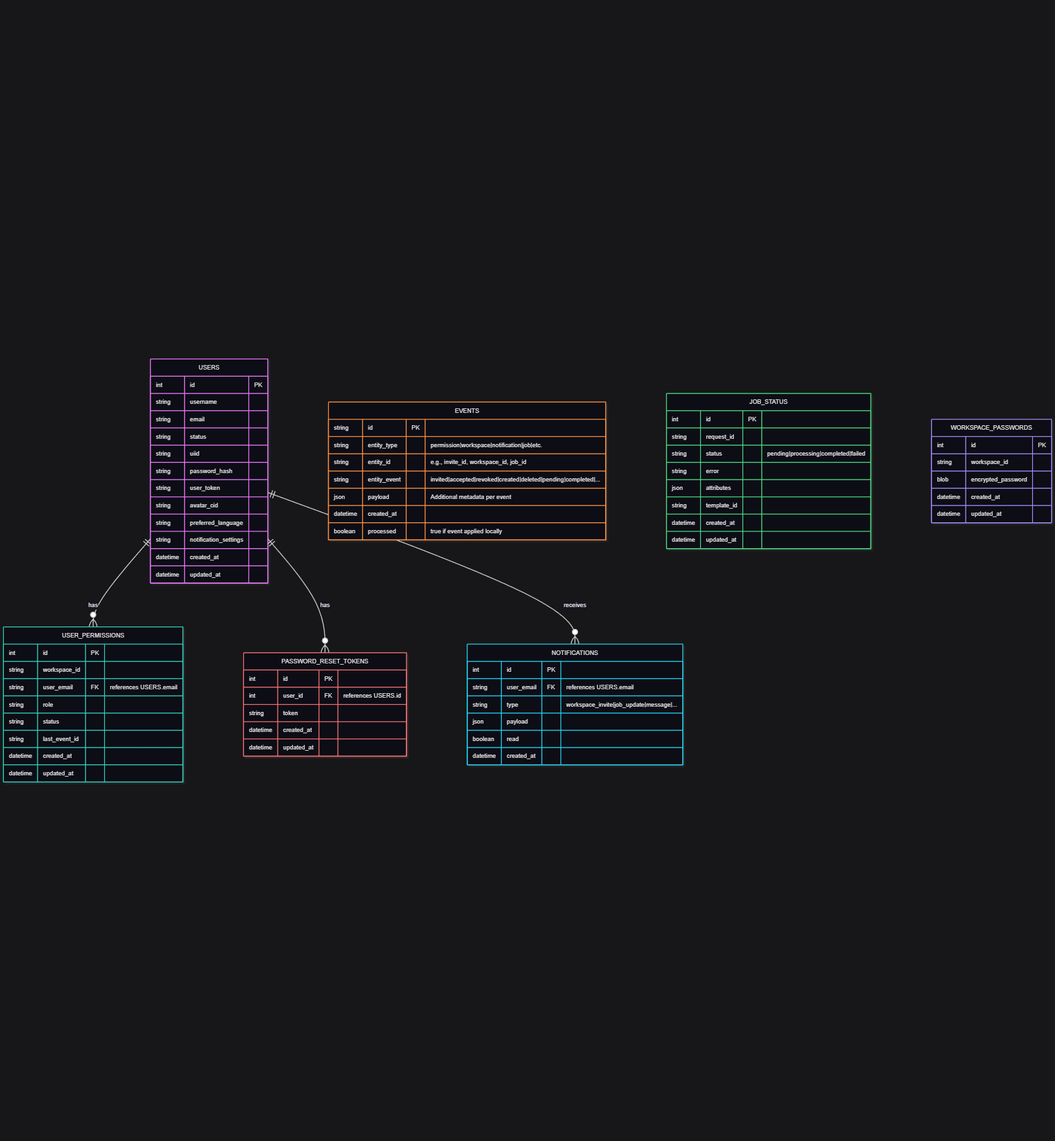
Above: doc/Architecture/workflows/proposed/#292-Private-workspace-permissions-across-IPFS-nodes/292-database-diagramm.png in openkfw/TruSpace (Mermaid), before the change. Its source is kept beside it as doc/Architecture/workflows/proposed/#292-Private-workspace-permissions-across-IPFS-nodes/292-database-diagramm.mmd.
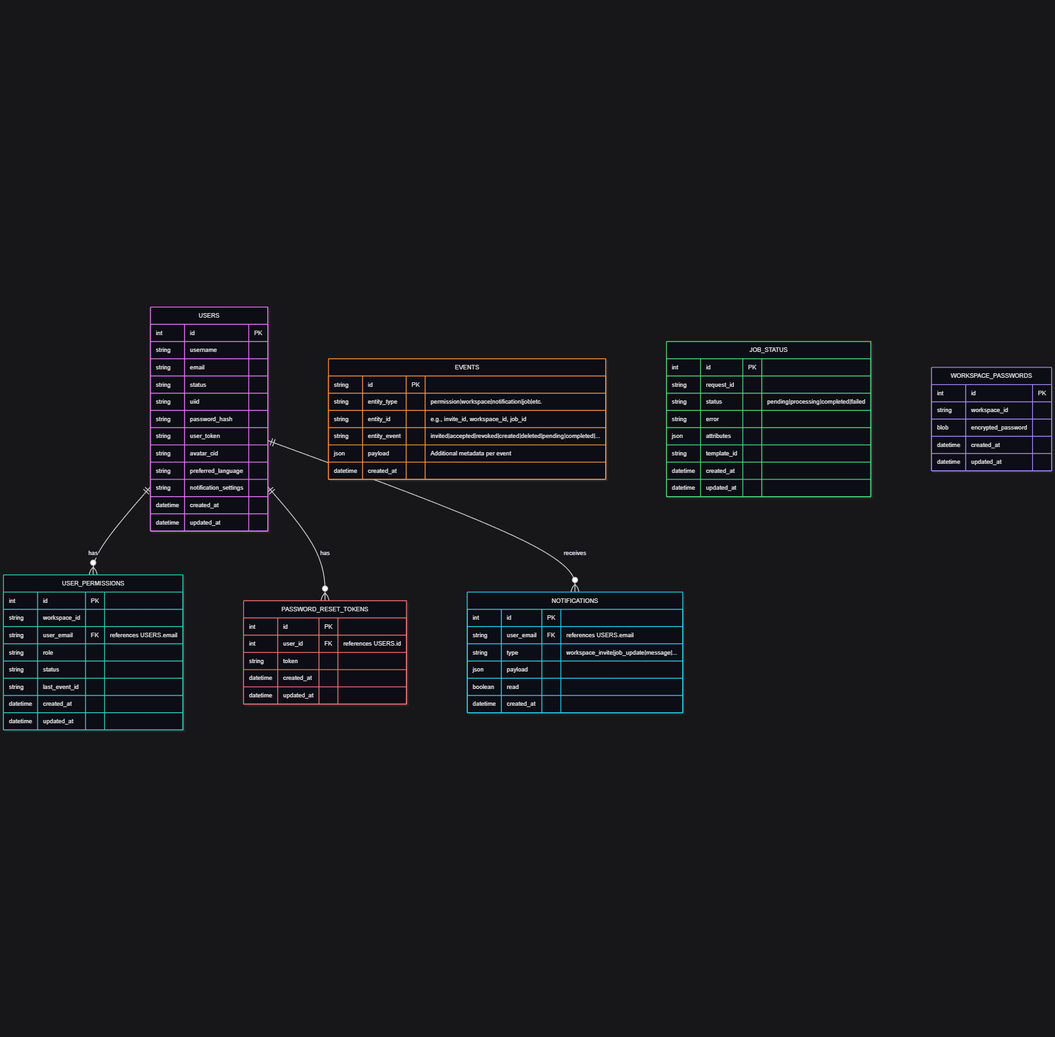
After the change.

Commit message:
removed processed flag since it´s not needed, once a insert has been made the event is considered processed

What changed in the source:
```diff
@@ -32,7 +32,6 @@
         string entity_event "invited|accepted|revoked|created|deleted|pending|completed|..."
         json payload "Additional metadata per event"
         datetime created_at
-        boolean processed "true if event applied locally"
     }
 
     NOTIFICATIONS {
```
